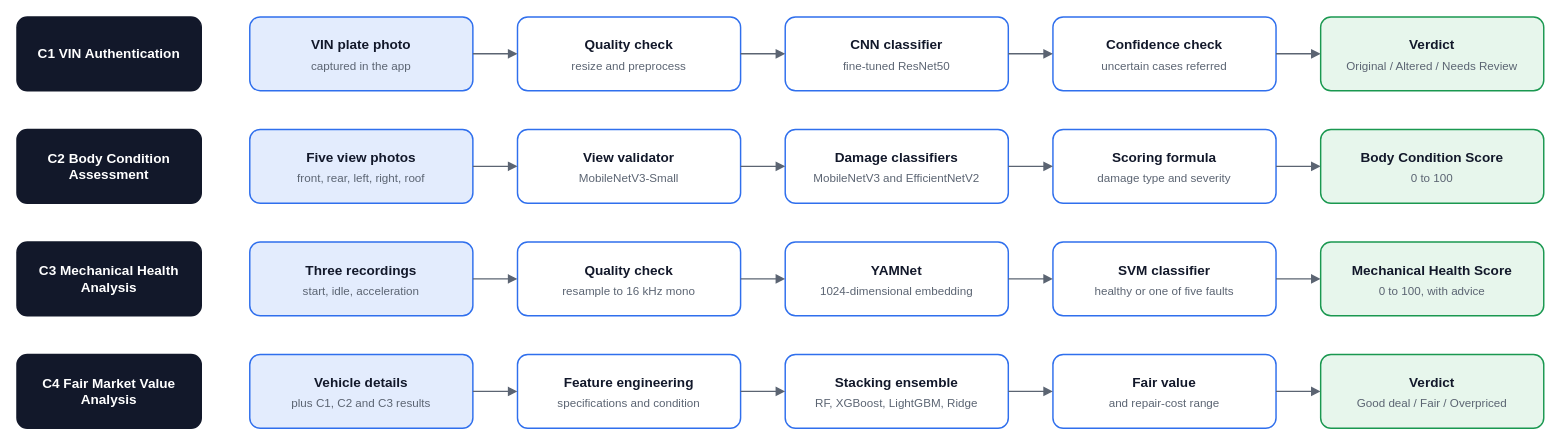
The draw.io diagram diagrams/component-pipelines.drawio in Isu12/Watinakama-Intro_website, before the edit. Source tidied: cells renumbered, new cells numbered last; positions are measured from the earlier drawing's top-left corner, leaving out a move shared by most shapes. Both pictures are drawn from the tidied source at 97%, with x=0, y=0 at pixel (16, 16).
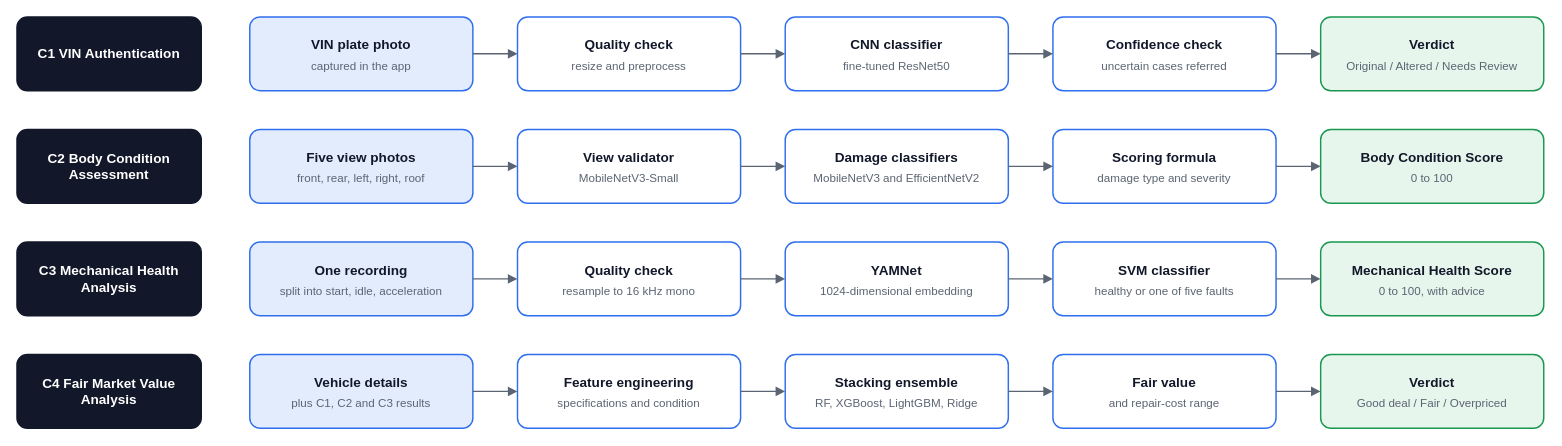
Above is the later version.

Commit message (it also covers changes not shown here):
Describe single engine recording split by the API

The edit, as a diff of the source:
```diff
@@
-    <mxCell id="33" value="Three recordings" style="rounded=1;whiteSpace=wrap;html=0;fontStyle=1;arcSize=14;strokeWidth=1.5;fontSize=14;fontColor=#12182A;fontFamily=Helvetica;fillColor=#E3ECFD;strokeColor=#2F6FED;verticalAlign=top;spacingTop=14;" parent="1" vertex="1">
+    <mxCell id="33" value="One recording" style="rounded=1;whiteSpace=wrap;html=0;fontStyle=1;arcSize=14;strokeWidth=1.5;fontSize=14;fontColor=#12182A;fontFamily=Helvetica;fillColor=#E3ECFD;strokeColor=#2F6FED;verticalAlign=top;spacingTop=14;" parent="1" vertex="1">
       <mxGeometry x="240" y="232" width="230" height="76" as="geometry" />
     </mxCell>
-    <mxCell id="34" value="start, idle, acceleration" style="text;html=0;whiteSpace=wrap;align=center;verticalAlign=middle;strokeColor=none;fillColor=none;fontSize=12;fontFamily=Helvetica;fontColor=#5B6472;" parent="33" vertex="1">
+    <mxCell id="34" value="split into start, idle, acceleration" style="text;html=0;whiteSpace=wrap;align=center;verticalAlign=middle;strokeColor=none;fillColor=none;fontSize=12;fontFamily=Helvetica;fontColor=#5B6472;" parent="33" vertex="1">
       <mxGeometry x="4" y="40" width="222" height="22" as="geometry" />
     </mxCell>
```
